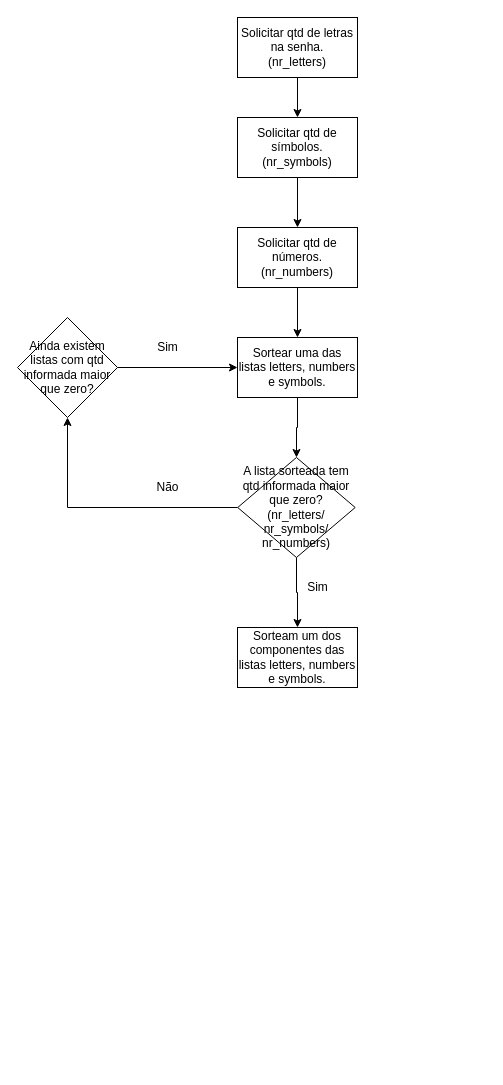
The draw.io diagram Day_5/Untitled Diagram.drawio in DavidCardoso1984/100_Days_of_Code_Python, before the edit. Source tidied: cells renumbered, new cells numbered last; positions are measured from the earlier drawing's top-left corner, leaving out a move shared by most shapes. Both pictures are drawn from the tidied source at 100%, with x=0, y=0 at pixel (17, 17).
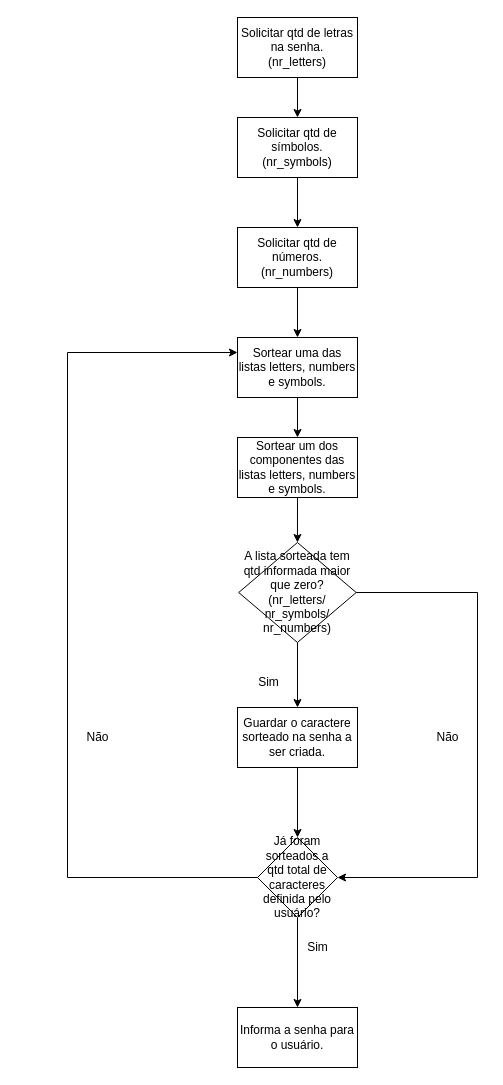
The same diagram, later.

The change refers to these unchanged cells:
```xml
<mxCell id="9" value="Sortear uma das listas letters, numbers e symbols." style="rounded=0;whiteSpace=wrap;html=1;" parent="1" vertex="1">
  <mxGeometry x="220" y="320" width="120" height="60" as="geometry" />
</mxCell>
```

The edit, as a diff of the source:
```diff
@@
-    <mxCell id="8" style="edgeStyle=orthogonalEdgeStyle;rounded=0;jettySize=auto;html=1;" parent="1" edge="1" source="9" target="12">
+    <mxCell id="8" style="edgeStyle=orthogonalEdgeStyle;rounded=0;jettySize=auto;html=1;entryX=0.5;entryY=0;entryDx=0;entryDy=0;" parent="1" edge="1" source="9" target="13">
       <mxGeometry relative="1" as="geometry" />
     </mxCell>
@@
-    <mxCell id="10" style="edgeStyle=orthogonalEdgeStyle;rounded=0;jettySize=auto;html=1;" parent="1" edge="1" source="12" target="13">
+    <mxCell id="10" style="edgeStyle=orthogonalEdgeStyle;rounded=0;jettySize=auto;html=1;entryX=0.5;entryY=0;entryDx=0;entryDy=0;" parent="1" edge="1" source="12" target="21">
       <mxGeometry relative="1" as="geometry" />
     </mxCell>
-    <mxCell id="11" style="edgeStyle=orthogonalEdgeStyle;rounded=0;jettySize=auto;html=1;exitX=0;exitY=0.5;exitDx=0;exitDy=0;entryX=0.5;entryY=1;entryDx=0;entryDy=0;" parent="1" edge="1" source="12" target="17">
+    <mxCell id="11" style="edgeStyle=orthogonalEdgeStyle;rounded=0;jettySize=auto;html=1;exitX=1;exitY=0.5;exitDx=0;exitDy=0;entryX=1;entryY=0.5;entryDx=0;entryDy=0;" parent="1" edge="1" source="12" target="24">
       <mxGeometry relative="1" as="geometry">
         <Array as="points">
-          <mxPoint x="50" y="490" />
+          <mxPoint x="460" y="575" />
+          <mxPoint x="460" y="860" />
         </Array>
       </mxGeometry>
     </mxCell>
     <mxCell id="12" value="A lista sorteada tem qtd informada maior que zero?&lt;br&gt;(nr_letters/&lt;br&gt;nr_symbols/&lt;br&gt;nr_numbers)" style="rhombus;whiteSpace=wrap;html=1;rounded=0;" parent="1" vertex="1">
-      <mxGeometry x="220.2" y="440" width="117.5" height="100" as="geometry" />
+      <mxGeometry x="221.2" y="525" width="117.5" height="100" as="geometry" />
     </mxCell>
+    <mxCell id="19" style="edgeStyle=orthogonalEdgeStyle;rounded=0;jettySize=auto;html=1;exitX=0.5;exitY=1;exitDx=0;exitDy=0;entryX=0.5;entryY=0;entryDx=0;entryDy=0;" parent="1" edge="1" source="13" target="12">
+      <mxGeometry relative="1" as="geometry" />
+    </mxCell>
-    <mxCell id="13" value="Sorteam um dos componentes das listas letters, numbers e symbols." style="whiteSpace=wrap;html=1;rounded=0;" parent="1" vertex="1">
-      <mxGeometry x="220" y="610" width="120" height="60" as="geometry" />
+    <mxCell id="13" value="Sortear um dos componentes das listas letters, numbers e symbols." style="whiteSpace=wrap;html=1;rounded=0;" parent="1" vertex="1">
+      <mxGeometry x="220" y="420" width="120" height="60" as="geometry" />
     </mxCell>
     <mxCell id="14" value="Sim" style="text;html=1;align=center;verticalAlign=middle;strokeColor=none;fillColor=none;" parent="1" vertex="1">
-      <mxGeometry x="280" y="560" width="40" height="20" as="geometry" />
+      <mxGeometry x="231.2" y="655" width="40" height="20" as="geometry" />
     </mxCell>
     <mxCell id="15" value="Não" style="text;html=1;align=center;verticalAlign=middle;strokeColor=none;fillColor=none;" parent="1" vertex="1">
-      <mxGeometry x="130" y="460" width="40" height="20" as="geometry" />
+      <mxGeometry x="410" y="710" width="40" height="20" as="geometry" />
     </mxCell>
-    <mxCell id="16" style="edgeStyle=orthogonalEdgeStyle;rounded=0;jettySize=auto;html=1;entryX=0;entryY=0.5;entryDx=0;entryDy=0;" parent="1" edge="1" source="17" target="9">
-      <mxGeometry relative="1" as="geometry" />
-    </mxCell>
-    <mxCell id="17" value="Ainda existem listas com qtd informada maior que zero?" style="rhombus;whiteSpace=wrap;html=1;" parent="1" vertex="1">
-      <mxGeometry y="300" width="100" height="100" as="geometry" />
-    </mxCell>
+    <mxCell id="20" style="edgeStyle=orthogonalEdgeStyle;rounded=0;jettySize=auto;html=1;" parent="1" edge="1" source="21" target="24">
+      <mxGeometry relative="1" as="geometry" />
+    </mxCell>
+    <mxCell id="21" value="Guardar o caractere sorteado na senha a ser criada." style="rounded=0;whiteSpace=wrap;html=1;" parent="1" vertex="1">
+      <mxGeometry x="220" y="690" width="120" height="60" as="geometry" />
+    </mxCell>
+    <mxCell id="22" style="edgeStyle=orthogonalEdgeStyle;rounded=0;jettySize=auto;html=1;exitX=0;exitY=0.5;exitDx=0;exitDy=0;entryX=0;entryY=0.25;entryDx=0;entryDy=0;" parent="1" edge="1" source="24" target="9">
+      <mxGeometry relative="1" as="geometry">
+        <Array as="points">
+          <mxPoint x="50" y="860" />
+          <mxPoint x="50" y="335" />
+        </Array>
+      </mxGeometry>
+    </mxCell>
+    <mxCell id="23" style="edgeStyle=orthogonalEdgeStyle;rounded=0;jettySize=auto;html=1;" parent="1" edge="1" source="24" target="26">
+      <mxGeometry relative="1" as="geometry" />
+    </mxCell>
+    <mxCell id="24" value="Já foram sorteados a qtd total de caracteres definida pelo usuário?" style="rhombus;whiteSpace=wrap;html=1;rounded=0;" parent="1" vertex="1">
+      <mxGeometry x="240" y="820" width="80" height="80" as="geometry" />
+    </mxCell>
+    <mxCell id="25" value="Não" style="text;html=1;align=center;verticalAlign=middle;strokeColor=none;fillColor=none;" parent="1" vertex="1">
+      <mxGeometry x="60" y="710" width="40" height="20" as="geometry" />
+    </mxCell>
+    <mxCell id="26" value="Informa a senha para o usuário." style="whiteSpace=wrap;html=1;rounded=0;" parent="1" vertex="1">
+      <mxGeometry x="220" y="990" width="120" height="60" as="geometry" />
+    </mxCell>
     <mxCell id="18" value="Sim" style="text;html=1;align=center;verticalAlign=middle;strokeColor=none;fillColor=none;" parent="1" vertex="1">
-      <mxGeometry x="130" y="320" width="40" height="20" as="geometry" />
+      <mxGeometry x="280" y="920" width="40" height="20" as="geometry" />
     </mxCell>
```
